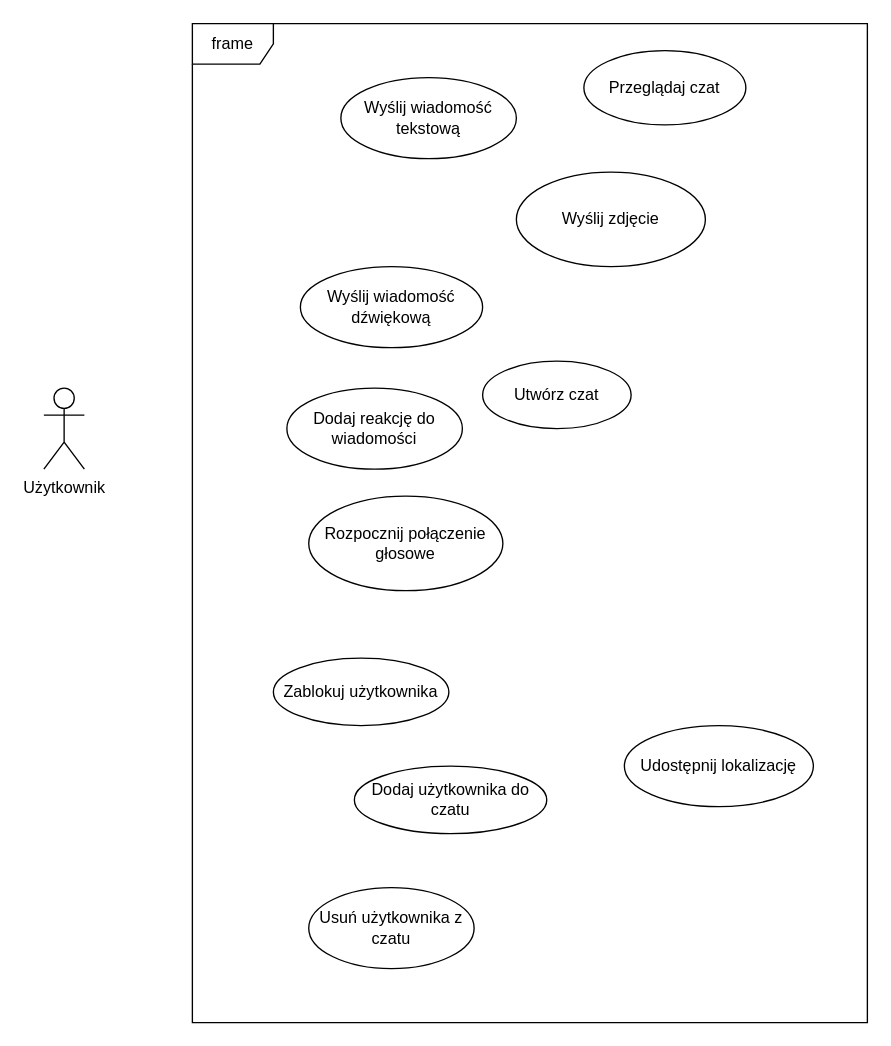
Above: page "Page-1" (1 of 3) of mwo_lokalni_app.drawio in Haltie13/lokalni_app (draw.io), before the change. Source tidied: cells renumbered, new cells numbered last; positions are measured from the earlier drawing's top-left corner, leaving out a move shared by most shapes. Both pictures are drawn from the tidied source at 135%, with x=0, y=0 at pixel (43, 23).
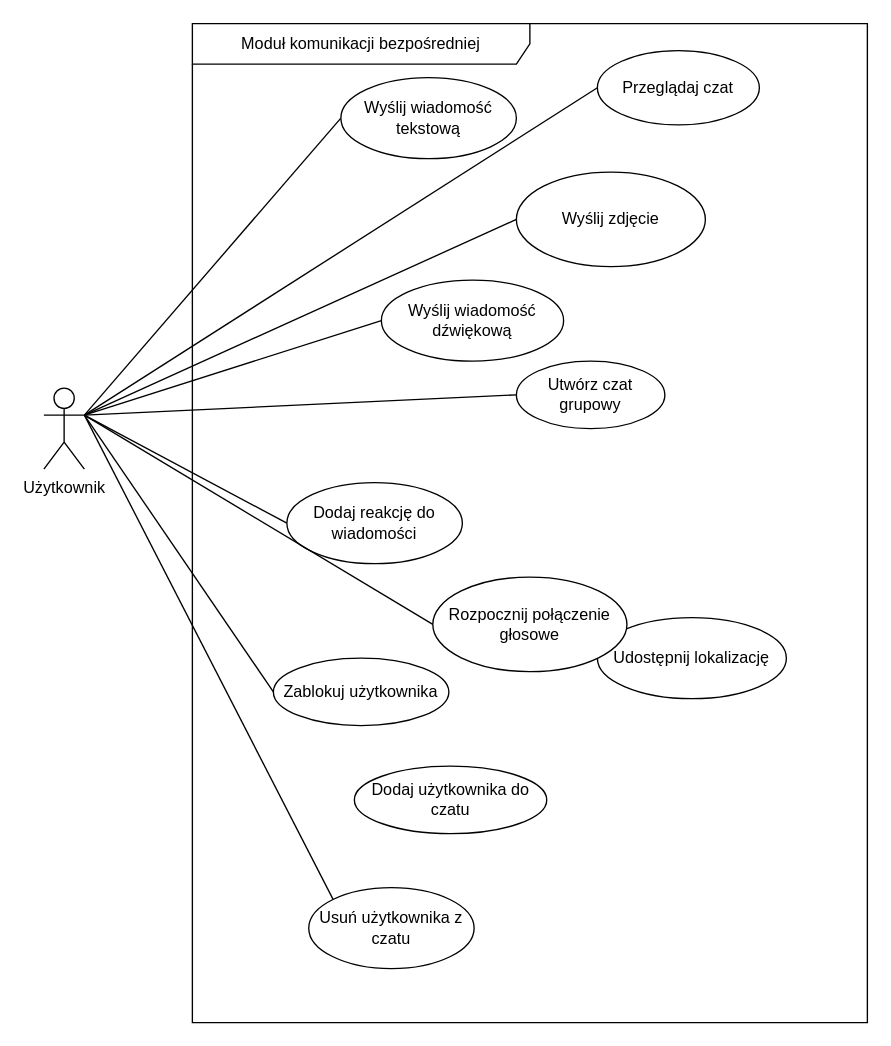
After the change.

Unchanged cells that the change refers to:
```xml
<mxCell id="3" value="Użytkownik" style="shape=umlActor;verticalLabelPosition=bottom;verticalAlign=top;html=1;" parent="1" vertex="1">
  <mxGeometry y="270" width="30" height="60" as="geometry" />
</mxCell>
<mxCell id="4" value="Zablokuj użytkownika" style="ellipse;whiteSpace=wrap;html=1;" parent="1" vertex="1">
  <mxGeometry x="170" y="470" width="130" height="50" as="geometry" />
</mxCell>
<mxCell id="6" value="Usuń użytkownika z czatu" style="ellipse;whiteSpace=wrap;html=1;" parent="1" vertex="1">
  <mxGeometry x="196.2" y="640" width="122.5" height="60" as="geometry" />
</mxCell>
<mxCell id="9" value="Wyślij wiadomość tekstową" style="ellipse;whiteSpace=wrap;html=1;" parent="1" vertex="1">
  <mxGeometry x="220" y="40" width="130" height="60" as="geometry" />
</mxCell>
<mxCell id="10" value="Wyślij zdjęcie" style="ellipse;whiteSpace=wrap;html=1;" parent="1" vertex="1">
  <mxGeometry x="350" y="110" width="140" height="70" as="geometry" />
</mxCell>
```

What changed in the source:
```diff
@@
-    <mxCell id="2" value="frame" style="shape=umlFrame;whiteSpace=wrap;html=1;" parent="1" vertex="1">
+    <mxCell id="2" value="Moduł komunikacji bezpośredniej" style="shape=umlFrame;whiteSpace=wrap;html=1;width=250;height=30;" parent="1" vertex="1">
       <mxGeometry x="110" width="500" height="740" as="geometry" />
     </mxCell>
+    <mxCell id="15" style="rounded=0;jettySize=auto;html=1;exitX=1;exitY=0.3333333333333333;exitDx=0;exitDy=0;exitPerimeter=0;entryX=0;entryY=0.5;entryDx=0;entryDy=0;endArrow=none;startFill=0;" parent="1" edge="1" source="3" target="9">
+      <mxGeometry relative="1" as="geometry" />
+    </mxCell>
@@
     <mxCell id="7" value="Udostępnij lokalizację" style="ellipse;whiteSpace=wrap;html=1;" parent="1" vertex="1">
-      <mxGeometry x="430" y="520" width="140" height="60" as="geometry" />
+      <mxGeometry x="410" y="440" width="140" height="60" as="geometry" />
     </mxCell>
     <mxCell id="8" value="Przeglądaj czat" style="ellipse;whiteSpace=wrap;html=1;" parent="1" vertex="1">
-      <mxGeometry x="400" y="20" width="120" height="55" as="geometry" />
+      <mxGeometry x="410" y="20" width="120" height="55" as="geometry" />
     </mxCell>
@@
     <mxCell id="11" value="Wyślij wiadomość dźwiękową" style="ellipse;whiteSpace=wrap;html=1;" parent="1" vertex="1">
-      <mxGeometry x="190" y="180" width="135" height="60" as="geometry" />
+      <mxGeometry x="250" y="190" width="135" height="60" as="geometry" />
     </mxCell>
-    <mxCell id="12" value="Utwórz czat" style="ellipse;whiteSpace=wrap;html=1;" parent="1" vertex="1">
-      <mxGeometry x="325" y="250" width="110" height="50" as="geometry" />
+    <mxCell id="12" value="Utwórz czat grupowy" style="ellipse;whiteSpace=wrap;html=1;" parent="1" vertex="1">
+      <mxGeometry x="350" y="250" width="110" height="50" as="geometry" />
     </mxCell>
     <mxCell id="13" value="Dodaj reakcję do wiadomości" style="ellipse;whiteSpace=wrap;html=1;" parent="1" vertex="1">
-      <mxGeometry x="180" y="270" width="130" height="60" as="geometry" />
+      <mxGeometry x="180" y="340" width="130" height="60" as="geometry" />
     </mxCell>
     <mxCell id="14" value="Rozpocznij połączenie głosowe" style="ellipse;whiteSpace=wrap;html=1;" parent="1" vertex="1">
-      <mxGeometry x="196.2" y="350" width="143.8" height="70" as="geometry" />
+      <mxGeometry x="288.1" y="410" width="143.8" height="70" as="geometry" />
     </mxCell>
+    <mxCell id="16" style="rounded=0;jettySize=auto;html=1;entryX=0;entryY=0.5;entryDx=0;entryDy=0;endArrow=none;startFill=0;" parent="1" edge="1" target="8">
+      <mxGeometry relative="1" as="geometry">
+        <mxPoint x="30" y="290" as="sourcePoint" />
+      </mxGeometry>
+    </mxCell>
+    <mxCell id="17" style="rounded=0;jettySize=auto;html=1;entryX=0;entryY=0.5;entryDx=0;entryDy=0;endArrow=none;startFill=0;" parent="1" edge="1" target="10">
+      <mxGeometry relative="1" as="geometry">
+        <mxPoint x="30" y="290" as="sourcePoint" />
+      </mxGeometry>
+    </mxCell>
+    <mxCell id="18" style="rounded=0;jettySize=auto;html=1;entryX=0;entryY=0.5;entryDx=0;entryDy=0;endArrow=none;startFill=0;exitX=1;exitY=0.3333333333333333;exitDx=0;exitDy=0;exitPerimeter=0;" parent="1" edge="1" source="3" target="11">
+      <mxGeometry relative="1" as="geometry" />
+    </mxCell>
+    <mxCell id="19" style="rounded=0;jettySize=auto;html=1;entryX=0;entryY=0.5;entryDx=0;entryDy=0;endArrow=none;startFill=0;" parent="1" edge="1" target="12">
+      <mxGeometry relative="1" as="geometry">
+        <mxPoint x="30" y="290" as="sourcePoint" />
+      </mxGeometry>
+    </mxCell>
+    <mxCell id="20" style="rounded=0;jettySize=auto;html=1;entryX=0;entryY=0.5;entryDx=0;entryDy=0;endArrow=none;startFill=0;" parent="1" edge="1" target="13">
+      <mxGeometry relative="1" as="geometry">
+        <mxPoint x="30" y="290" as="sourcePoint" />
+      </mxGeometry>
+    </mxCell>
+    <mxCell id="21" style="rounded=0;jettySize=auto;html=1;entryX=0;entryY=0.5;entryDx=0;entryDy=0;endArrow=none;startFill=0;" parent="1" edge="1" target="14">
+      <mxGeometry relative="1" as="geometry">
+        <mxPoint x="30" y="290" as="sourcePoint" />
+      </mxGeometry>
+    </mxCell>
+    <mxCell id="22" style="rounded=0;jettySize=auto;html=1;entryX=0;entryY=0.5;entryDx=0;entryDy=0;endArrow=none;startFill=0;" parent="1" edge="1" target="4">
+      <mxGeometry relative="1" as="geometry">
+        <mxPoint x="30" y="290" as="sourcePoint" />
+      </mxGeometry>
+    </mxCell>
+    <mxCell id="23" style="rounded=0;jettySize=auto;html=1;entryX=0;entryY=0;entryDx=0;entryDy=0;endArrow=none;startFill=0;" parent="1" edge="1" target="6">
+      <mxGeometry relative="1" as="geometry">
+        <mxPoint x="30" y="290" as="sourcePoint" />
+      </mxGeometry>
+    </mxCell>
```
